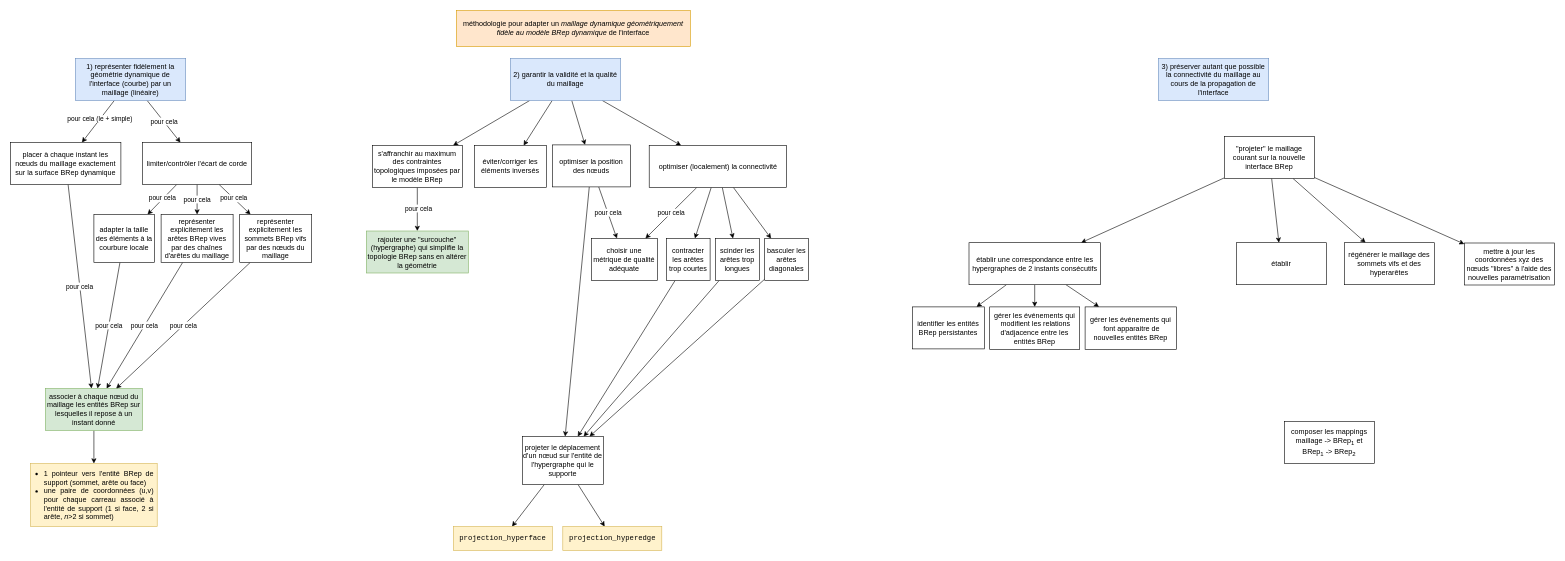
Above: page "methodo_adaptation_maillage" (4 of 4) of mindmap.drawio in BastienAndrieu/These (draw.io), before the change. Source tidied: cells renumbered, new cells numbered last; positions are measured from the earlier drawing's top-left corner, leaving out a move shared by most shapes. Both pictures are drawn from the tidied source at 60%, with x=0, y=0 at pixel (10, 10).
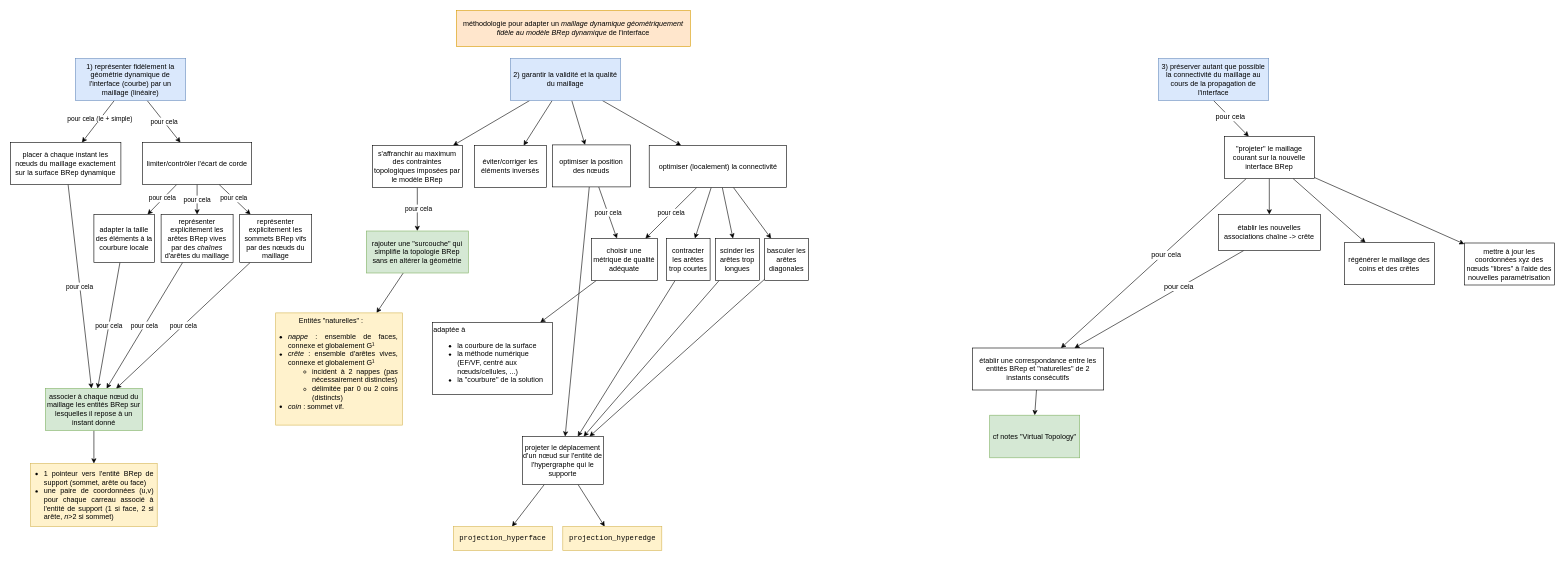
After the change.

Unchanged cells that the change refers to:
```xml
<mxCell id="21" value="choisir une métrique de qualité adéquate" style="rounded=0;whiteSpace=wrap;html=1;" parent="1" vertex="1">
  <mxGeometry x="968" y="380" width="110" height="70" as="geometry" />
</mxCell>
<mxCell id="33" value="3) préserver autant que possible la connectivité du maillage au cours de la propagation de l'interface" style="rounded=0;whiteSpace=wrap;html=1;fillColor=#dae8fc;strokeColor=#6c8ebf;" parent="1" vertex="1">
  <mxGeometry x="1913" y="80" width="184" height="70" as="geometry" />
</mxCell>
<mxCell id="42" style="edgeStyle=none;rounded=0;jettySize=auto;html=1;fontSize=11;" parent="1" edge="1" source="46" target="57">
  <mxGeometry relative="1" as="geometry" />
</mxCell>
<mxCell id="46" value="&quot;projeter&quot; le maillage courant sur la nouvelle interface BRep" style="rounded=0;whiteSpace=wrap;html=1;" parent="1" vertex="1">
  <mxGeometry x="2023" y="210" width="150" height="70" as="geometry" />
</mxCell>
```

Change to the diagram source:
```diff
@@
+    <mxCell id="71" style="rounded=0;jettySize=auto;html=1;" parent="1" edge="1" source="21" target="78">
+      <mxGeometry relative="1" as="geometry" />
+    </mxCell>
@@
-    <mxCell id="32" value="représenter explicitement les arêtes BRep vives par des chaînes d'arêtes du maillage" style="rounded=0;whiteSpace=wrap;html=1;" parent="1" vertex="1">
+    <mxCell id="32" value="représenter explicitement les arêtes BRep vives par des &lt;i&gt;chaînes&lt;/i&gt; d'arêtes du maillage" style="rounded=0;whiteSpace=wrap;html=1;" parent="1" vertex="1">
       <mxGeometry x="251" y="340" width="120" height="80" as="geometry" />
     </mxCell>
+    <mxCell id="72" style="edgeStyle=none;rounded=0;jettySize=auto;html=1;exitX=0.5;exitY=1;exitDx=0;exitDy=0;" parent="1" edge="1" source="33" target="46">
+      <mxGeometry relative="1" as="geometry" />
+    </mxCell>
+    <mxCell id="73" value="pour cela" style="text;html=1;align=center;verticalAlign=middle;labelBackgroundColor=#ffffff;" parent="72" vertex="1">
+      <mxGeometry x="-0.06" relative="1" as="geometry">
+        <mxPoint y="-1" as="offset" />
+      </mxGeometry>
+    </mxCell>
@@
+    <mxCell id="74" style="edgeStyle=none;rounded=0;jettySize=auto;html=1;" parent="1" edge="1" source="37" target="79">
+      <mxGeometry relative="1" as="geometry" />
+    </mxCell>
-    <mxCell id="37" value="rajouter une &quot;surcouche&quot; (hypergraphe) qui simplifie la topologie BRep sans en altérer la géométrie" style="rounded=0;whiteSpace=wrap;html=1;fillColor=#d5e8d4;strokeColor=#82b366;" parent="1" vertex="1">
+    <mxCell id="37" value="rajouter une &quot;surcouche&quot; qui simplifie la topologie BRep sans en altérer la géométrie" style="rounded=0;whiteSpace=wrap;html=1;fillColor=#d5e8d4;strokeColor=#82b366;" parent="1" vertex="1">
       <mxGeometry x="593" y="367.5" width="170" height="70" as="geometry" />
     </mxCell>
@@
+    <mxCell id="75" value="pour cela" style="text;html=1;align=center;verticalAlign=middle;labelBackgroundColor=#ffffff;" parent="42" vertex="1">
+      <mxGeometry x="-0.12" y="3" relative="1" as="geometry">
+        <mxPoint y="1" as="offset" />
+      </mxGeometry>
+    </mxCell>
@@
-    <mxCell id="55" style="edgeStyle=none;rounded=0;jettySize=auto;html=1;fontSize=11;" parent="1" edge="1" source="57" target="59">
-      <mxGeometry relative="1" as="geometry" />
-    </mxCell>
-    <mxCell id="56" style="edgeStyle=none;rounded=0;jettySize=auto;html=1;fontSize=11;" parent="1" edge="1" source="57" target="60">
-      <mxGeometry relative="1" as="geometry" />
-    </mxCell>
-    <mxCell id="57" value="établir une correspondance entre les hypergraphes de 2 instants consécutifs" style="rounded=0;whiteSpace=wrap;html=1;" parent="1" vertex="1">
-      <mxGeometry x="1597.5" y="387" width="219" height="70" as="geometry" />
+    <mxCell id="57" value="établir une correspondance entre les entités BRep et &quot;naturelles&quot; de 2 instants consécutifs" style="rounded=0;whiteSpace=wrap;html=1;" parent="1" vertex="1">
+      <mxGeometry x="1603" y="562.5" width="219" height="70" as="geometry" />
     </mxCell>
-    <mxCell id="58" value="gérer les événements qui&lt;br&gt;&amp;nbsp;modifient les relations d'adjacence entre les entités BRep" style="rounded=0;whiteSpace=wrap;html=1;" parent="1" vertex="1">
-      <mxGeometry x="1632" y="494" width="150" height="71" as="geometry" />
+    <mxCell id="58" value="cf notes &quot;Virtual Topology&quot;" style="rounded=0;whiteSpace=wrap;html=1;fillColor=#d5e8d4;strokeColor=#82b366;" parent="1" vertex="1">
+      <mxGeometry x="1632" y="674.5" width="150" height="71" as="geometry" />
     </mxCell>
-    <mxCell id="59" value="identifier les entités BRep persistantes" style="rounded=0;whiteSpace=wrap;html=1;" parent="1" vertex="1">
-      <mxGeometry x="1503" y="494" width="120" height="70" as="geometry" />
-    </mxCell>
-    <mxCell id="60" value="gérer les événements qui&lt;br&gt;&amp;nbsp;font apparaitre de nouvelles entités BRep" style="rounded=0;whiteSpace=wrap;html=1;" parent="1" vertex="1">
-      <mxGeometry x="1791" y="494" width="152" height="71" as="geometry" />
-    </mxCell>
-    <mxCell id="61" value="composer les mappings maillage -&amp;gt; BRep&lt;sub&gt;1&lt;/sub&gt; et BRep&lt;sub&gt;1&lt;/sub&gt; -&amp;gt; BRep&lt;sub&gt;2&lt;/sub&gt;" style="rounded=0;whiteSpace=wrap;html=1;" parent="1" vertex="1">
-      <mxGeometry x="2123" y="685" width="150" height="70" as="geometry" />
-    </mxCell>
-    <mxCell id="62" value="régénérer le maillage des sommets vifs et des hyperarêtes " style="rounded=0;whiteSpace=wrap;html=1;" parent="1" vertex="1">
+    <mxCell id="62" value="régénérer le maillage des coins et des crêtes " style="rounded=0;whiteSpace=wrap;html=1;" parent="1" vertex="1">
       <mxGeometry x="2223" y="387" width="150" height="70" as="geometry" />
     </mxCell>
@@
+    <mxCell id="76" style="edgeStyle=none;rounded=0;jettySize=auto;html=1;exitX=0.25;exitY=1;exitDx=0;exitDy=0;" parent="1" edge="1" source="64" target="57">
+      <mxGeometry relative="1" as="geometry" />
+    </mxCell>
+    <mxCell id="77" value="pour cela" style="text;html=1;align=center;verticalAlign=middle;labelBackgroundColor=#ffffff;" parent="76" vertex="1">
+      <mxGeometry x="-0.24" y="-3" relative="1" as="geometry" />
+    </mxCell>
-    <mxCell id="64" value="établir " style="rounded=0;whiteSpace=wrap;html=1;" parent="1" vertex="1">
-      <mxGeometry x="2043" y="387" width="150" height="70" as="geometry" />
+    <mxCell id="64" value="établir les nouvelles associations chaîne -&amp;gt; crête" style="rounded=0;whiteSpace=wrap;html=1;" parent="1" vertex="1">
+      <mxGeometry x="2013" y="340" width="170" height="60" as="geometry" />
     </mxCell>
@@
+    <mxCell id="78" value="adaptée à&lt;br&gt;&lt;ul&gt;&lt;li&gt;la courbure de la surface&lt;/li&gt;&lt;li&gt;la méthode numérique (EF/VF, centré aux nœuds/cellules, ...)&lt;br&gt;&lt;/li&gt;&lt;li&gt;la &quot;courbure'' de la solution&lt;br&gt;&lt;/li&gt;&lt;/ul&gt;" style="rounded=0;whiteSpace=wrap;html=1;align=left;" parent="1" vertex="1">
+      <mxGeometry x="703" y="520" width="200" height="120" as="geometry" />
+    </mxCell>
+    <mxCell id="79" value="&lt;div&gt;&lt;div align=&quot;center&quot;&gt;Entités &quot;naturelles&quot; :&lt;br&gt;&lt;/div&gt;&lt;div align=&quot;justify&quot;&gt;&lt;ul&gt;&lt;li&gt;&lt;i&gt;nappe&lt;/i&gt; : ensemble de faces, connexe et globalement G¹&lt;br&gt;&lt;/li&gt;&lt;li&gt;&lt;i&gt;crête&lt;/i&gt; : ensemble d'arêtes vives, connexe et globalement G¹&lt;/li&gt;&lt;ul&gt;&lt;li&gt;incident à 2 nappes (pas nécessairement distinctes)&lt;/li&gt;&lt;li&gt;délimitée par 0 ou 2 coins (distincts)&lt;br&gt;&lt;/li&gt;&lt;/ul&gt;&lt;li&gt;&lt;i&gt;coin&lt;/i&gt; : sommet vif.&lt;br&gt;&lt;/li&gt;&lt;/ul&gt;&lt;/div&gt;&lt;/div&gt;" style="rounded=0;whiteSpace=wrap;html=1;fillColor=#fff2cc;strokeColor=#d6b656;align=center;spacingLeft=-20;spacingRight=6;verticalAlign=top;" parent="1" vertex="1">
+      <mxGeometry x="442" y="504" width="211" height="187" as="geometry" />
+    </mxCell>
```
